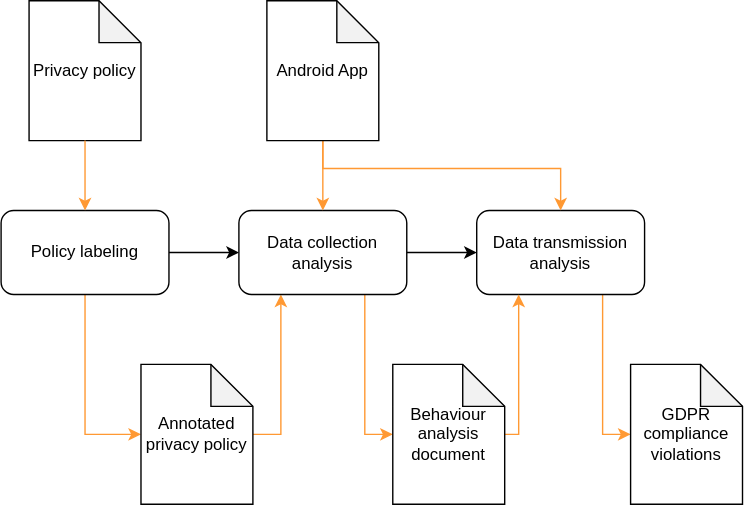
Before: Analysis/artifactmodel/approach_visualization/an_empirical_evaluation_of_gdpr_compliance_violations_in_android_mhealth_apps.drawio.svg, a diagram exported from draw.io (angrymeir/Evaluating-Contemporary-Approaches-for-Automated-Compliance-Checks-of-Software-intensive-Systems). Source tidied: cells renumbered, new cells last; positions are measured from the earlier drawing's top-left corner, leaving out a move shared by most shapes.
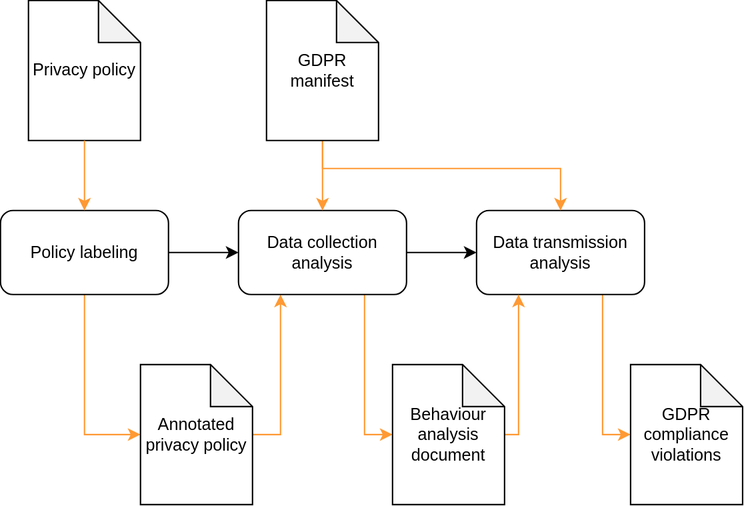
The same file after the commit.

Commit message:
Fix missing links in visualization

The edit, as a diff of the source:
```diff
@@ -59,7 +59,7 @@
         </Array>
       </mxGeometry>
     </mxCell>
-    <mxCell id="16" value="Android App" style="shape=note;whiteSpace=wrap;html=1;backgroundOutline=1;darkOpacity=0.05;" parent="1" vertex="1">
+    <mxCell id="16" value="GDPR manifest" style="shape=note;whiteSpace=wrap;html=1;backgroundOutline=1;darkOpacity=0.05;" parent="1" vertex="1">
       <mxGeometry x="190" width="80" height="100" as="geometry" />
     </mxCell>
     <mxCell id="17" style="edgeStyle=orthogonalEdgeStyle;rounded=0;jettySize=auto;html=1;entryX=0.25;entryY=1;entryDx=0;entryDy=0;strokeColor=#FF9933;" parent="1" edge="1" source="18" target="13">
```
